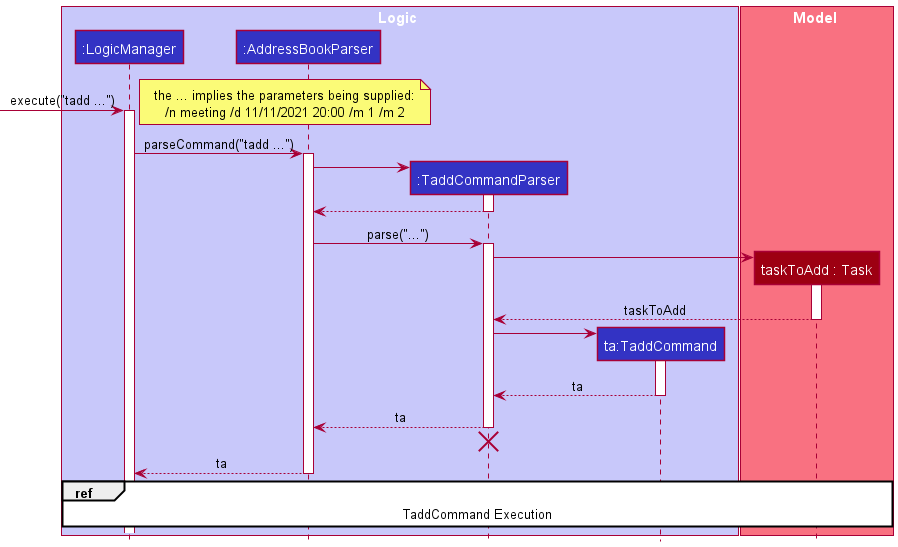
The PlantUML diagram docs/images/task/TaskAddSequenceDiagram.png in nus-cs2103-AY2122S1/tp, before a commit.
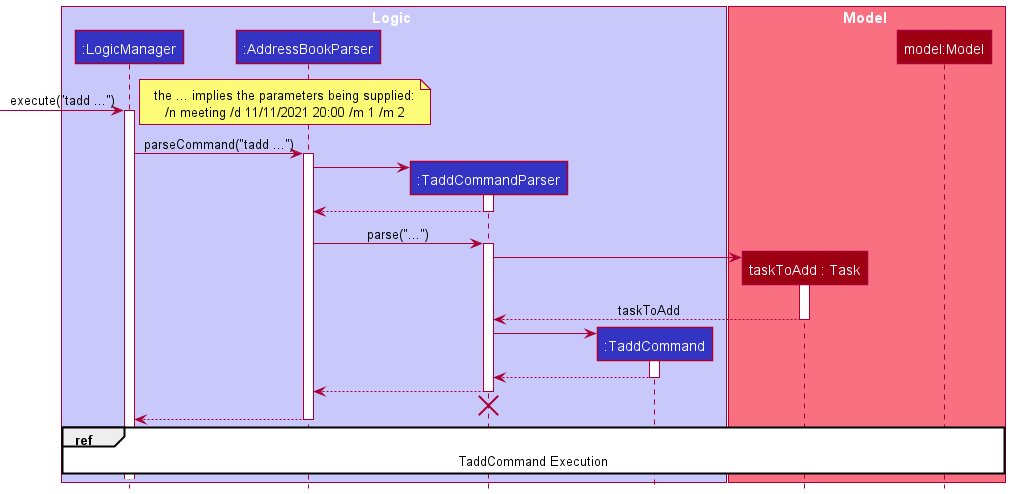
The same file after the commit.

Commit message:
Add maunal testing guide for task

Diff of the diagram source:
```diff
@@ -5,11 +5,12 @@
 participant ":LogicManager" as LogicManager LOGIC_COLOR
 participant ":AddressBookParser" as AddressBookParser LOGIC_COLOR
 participant ":TaddCommandParser" as TaddCommandParser LOGIC_COLOR
-participant "ta:TaddCommand" as TaddCommand LOGIC_COLOR
+participant ":TaddCommand" as TaddCommand LOGIC_COLOR
 end box
 
 box Model MODEL_COLOR_T1
 participant "taskToAdd : Task" as Task MODEL_COLOR
+participant "model:Model" as Model MODEL_COLOR
 end box
 
 [-> LogicManager : execute("tadd ...")
@@ -43,18 +44,17 @@
 TaddCommandParser -> TaddCommand
 activate TaddCommand
 
-TaddCommand --> TaddCommandParser : ta
+TaddCommand --> TaddCommandParser
 deactivate TaddCommand
 
-TaddCommandParser --> AddressBookParser : ta
+TaddCommandParser --> AddressBookParser
 deactivate TaddCommandParser
 
 TaddCommandParser -[hidden]-> AddressBookParser
 destroy TaddCommandParser
 
-AddressBookParser --> LogicManager : ta
+AddressBookParser --> LogicManager
 deactivate AddressBookParser
 
-ref over LogicManager, Task : TaddCommand Execution
-
+ref over LogicManager, Model : TaddCommand Execution
 @enduml
```
